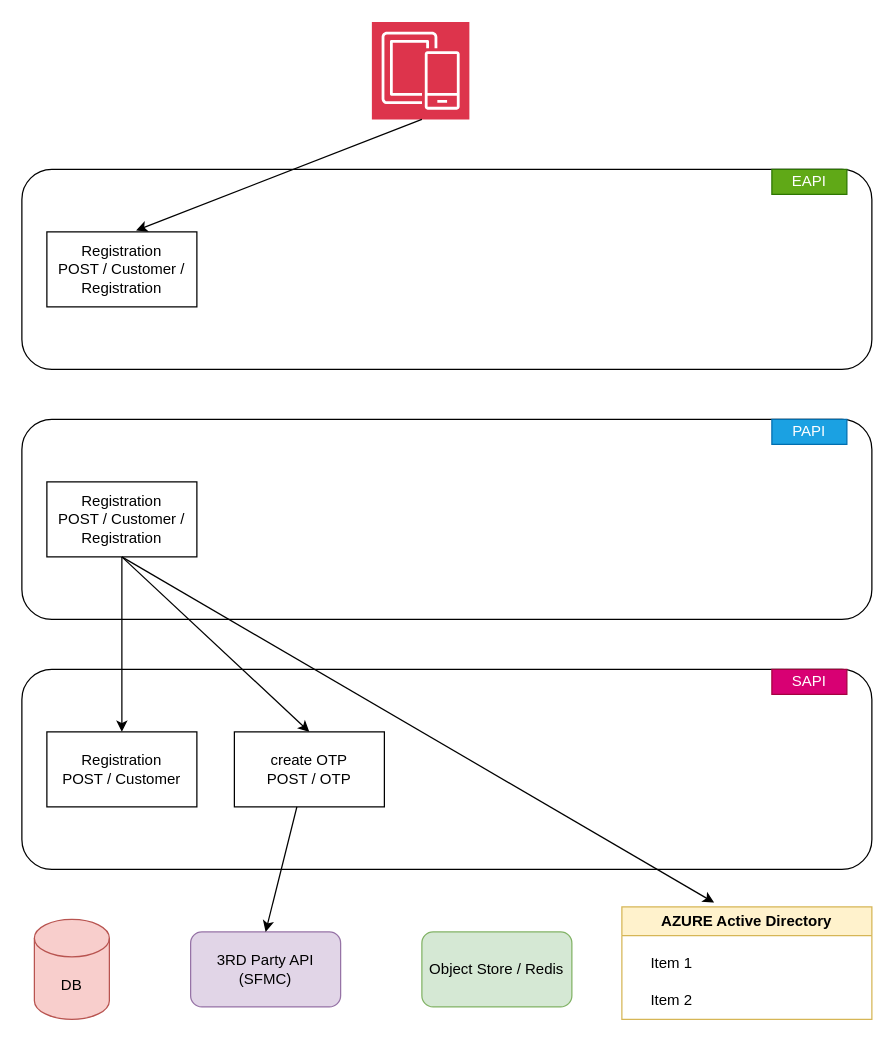
Earlier version of the draw.io diagram APILandscapeDiagram.drawio (busugu2018/muleCustomerOnboarding). Source tidied: cells renumbered, new cells numbered last; positions are measured from the earlier drawing's top-left corner, leaving out a move shared by most shapes. Both pictures are drawn from the tidied source at 125%, with x=0, y=0 at pixel (21, 21).
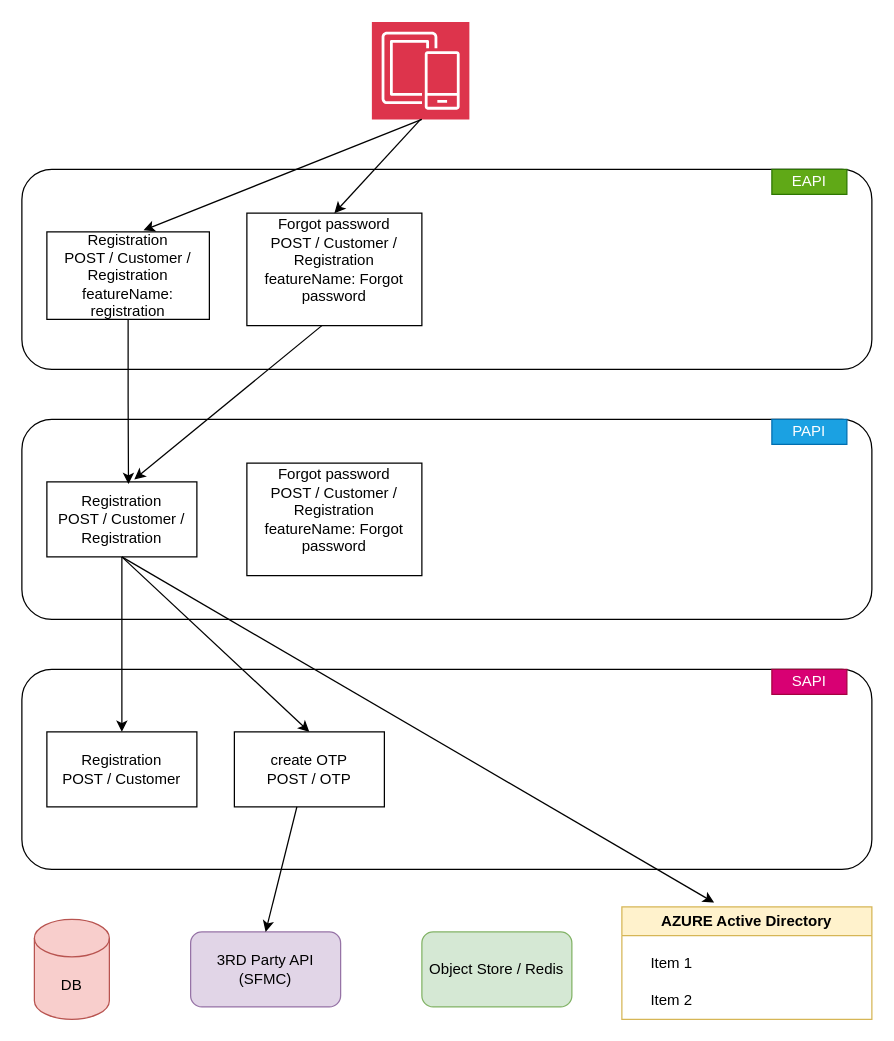
The same page after the edit.

Unchanged cells that the change refers to:
```xml
<mxCell id="16" value="Registration&lt;div&gt;POST / Customer / Registration&lt;/div&gt;" style="rounded=0;whiteSpace=wrap;html=1;" parent="1" vertex="1">
  <mxGeometry x="20" y="368" width="120" height="60" as="geometry" />
</mxCell>
<mxCell id="18" style="sketch=0;points=[[0,0,0],[0.25,0,0],[0.5,0,0],[0.75,0,0],[1,0,0],[0,1,0],[0.25,1,0],[0.5,1,0],[0.75,1,0],[1,1,0],[0,0.25,0],[0,0.5,0],[0,0.75,0],[1,0.25,0],[1,0.5,0],[1,0.75,0]];outlineConnect=0;fontColor=#232F3E;fillColor=#DD344C;strokeColor=#ffffff;dashed=0;verticalLabelPosition=bottom;verticalAlign=top;align=center;html=1;fontSize=12;fontStyle=0;shape=mxgraph.aws4.resourceIcon;resIcon=mxgraph.aws4.mobile;" parent="1" vertex="1">
  <mxGeometry x="280" width="78" height="78" as="geometry" />
</mxCell>
```

The edit, as a diff of the source:
```diff
@@
-    <mxCell id="17" value="Registration&lt;div&gt;POST / Customer / Registration&lt;/div&gt;" style="rounded=0;whiteSpace=wrap;html=1;" parent="1" vertex="1">
-      <mxGeometry x="20" y="168" width="120" height="60" as="geometry" />
+    <mxCell id="17" value="Registration&lt;div&gt;POST / Customer / Registration featureName: registration&lt;/div&gt;" style="rounded=0;whiteSpace=wrap;html=1;" parent="1" vertex="1">
+      <mxGeometry x="20" y="168" width="130" height="70" as="geometry" />
     </mxCell>
@@
+    <mxCell id="24" value="Forgot password&lt;div&gt;&lt;div&gt;POST / Customer / Registration featureName: Forgot password&lt;/div&gt;&lt;div&gt;&lt;br&gt;&lt;/div&gt;&lt;/div&gt;" style="rounded=0;whiteSpace=wrap;html=1;" parent="1" vertex="1">
+      <mxGeometry x="180" y="153" width="140" height="90" as="geometry" />
+    </mxCell>
+    <mxCell id="25" style="endArrow=classic;html=1;rounded=0;entryX=0.5;entryY=0;entryDx=0;entryDy=0;exitX=0.5;exitY=1;exitDx=0;exitDy=0;exitPerimeter=0;" parent="1" edge="1" source="18" target="24">
+      <mxGeometry relative="1" as="geometry" />
+    </mxCell>
+    <mxCell id="26" value="Forgot password&lt;div&gt;&lt;div&gt;POST / Customer / Registration featureName: Forgot password&lt;/div&gt;&lt;div&gt;&lt;br&gt;&lt;/div&gt;&lt;/div&gt;" style="rounded=0;whiteSpace=wrap;html=1;" parent="1" vertex="1">
+      <mxGeometry x="180" y="353" width="140" height="90" as="geometry" />
+    </mxCell>
+    <mxCell id="27" style="edgeStyle=orthogonalEdgeStyle;rounded=0;jettySize=auto;html=1;exitX=0.5;exitY=1;exitDx=0;exitDy=0;entryX=0.544;entryY=0.029;entryDx=0;entryDy=0;entryPerimeter=0;" parent="1" edge="1" source="17" target="16">
+      <mxGeometry relative="1" as="geometry" />
+    </mxCell>
+    <mxCell id="28" style="endArrow=classic;html=1;rounded=0;entryX=0.583;entryY=-0.033;entryDx=0;entryDy=0;entryPerimeter=0;" parent="1" edge="1" target="16">
+      <mxGeometry relative="1" as="geometry">
+        <mxPoint x="240" y="243" as="sourcePoint" />
+      </mxGeometry>
+    </mxCell>
```
